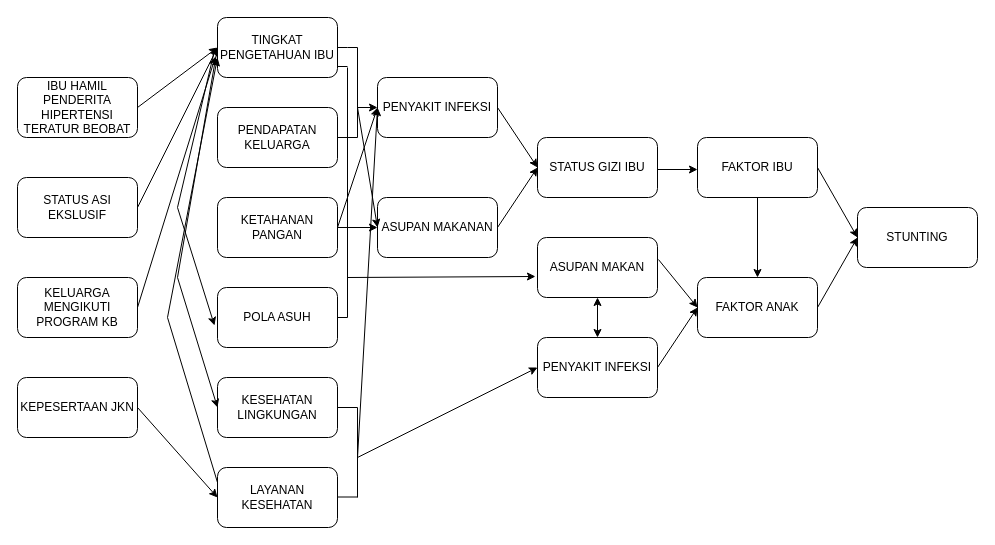
The draw.io diagram KERANGKA TEORI.drawio in Triara04/KERANGKA-TEORI, before the edit. Source tidied: cells renumbered, new cells numbered last; positions are measured from the earlier drawing's top-left corner, leaving out a move shared by most shapes. Both pictures are drawn from the tidied source at 100%, with x=0, y=0 at pixel (17, 17).
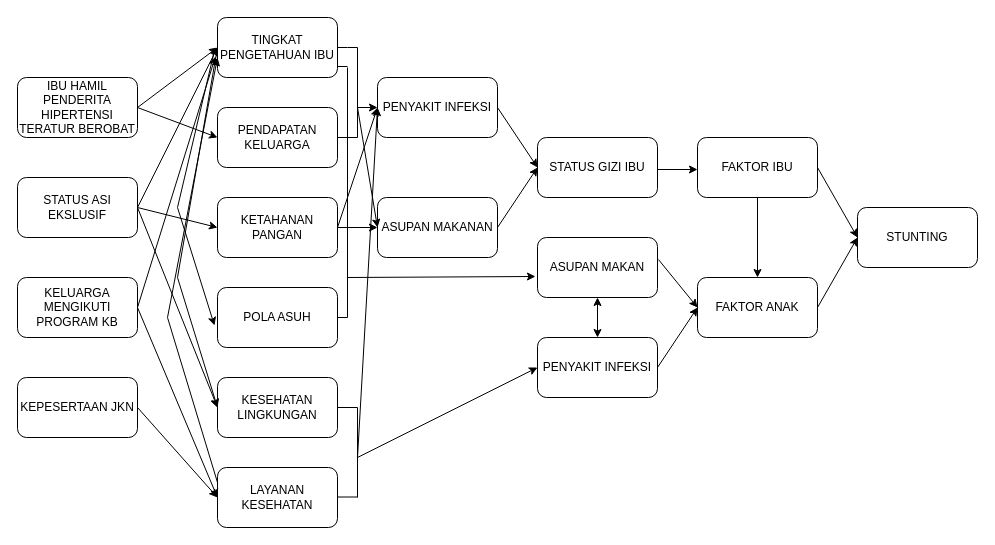
The same diagram, later.

Unchanged cells that the change refers to:
```xml
<mxCell id="8" value="PENDAPATAN KELUARGA" style="rounded=1;whiteSpace=wrap;html=1;" parent="1" vertex="1">
  <mxGeometry x="200" y="90" width="120" height="60" as="geometry" />
</mxCell>
<mxCell id="10" value="KETAHANAN PANGAN" style="rounded=1;whiteSpace=wrap;html=1;" parent="1" vertex="1">
  <mxGeometry x="200" y="180" width="120" height="60" as="geometry" />
</mxCell>
<mxCell id="12" value="LAYANAN KESEHATAN " style="rounded=1;whiteSpace=wrap;html=1;" parent="1" vertex="1">
  <mxGeometry x="200" y="450" width="120" height="60" as="geometry" />
</mxCell>
<mxCell id="15" value="KELUARGA MENGIKUTI PROGRAM KB" style="rounded=1;whiteSpace=wrap;html=1;" parent="1" vertex="1">
  <mxGeometry y="260" width="120" height="60" as="geometry" />
</mxCell>
<mxCell id="16" value="STATUS ASI EKSLUSIF" style="rounded=1;whiteSpace=wrap;html=1;" parent="1" vertex="1">
  <mxGeometry y="160" width="120" height="60" as="geometry" />
</mxCell>
```

Change to the diagram source:
```diff
@@
-    <mxCell id="17" value="&lt;font style=&quot;font-size: 12px;&quot;&gt;IBU HAMIL PENDERITA HIPERTENSI TERATUR BEOBAT&lt;/font&gt;" style="rounded=1;whiteSpace=wrap;html=1;" parent="1" vertex="1">
+    <mxCell id="17" value="&lt;font style=&quot;font-size: 12px;&quot;&gt;IBU HAMIL PENDERITA HIPERTENSI TERATUR BEROBAT&lt;/font&gt;" style="rounded=1;whiteSpace=wrap;html=1;" parent="1" vertex="1">
       <mxGeometry y="60" width="120" height="60" as="geometry" />
     </mxCell>
@@
+    <mxCell id="52" style="endArrow=classic;html=1;rounded=0;fontSize=12;elbow=vertical;exitX=1;exitY=0.5;exitDx=0;exitDy=0;entryX=0;entryY=0.5;entryDx=0;entryDy=0;" parent="1" edge="1" source="17" target="8">
+      <mxGeometry relative="1" as="geometry" />
+    </mxCell>
+    <mxCell id="53" style="endArrow=classic;html=1;rounded=0;fontSize=12;elbow=vertical;exitX=1;exitY=0.5;exitDx=0;exitDy=0;entryX=0;entryY=0.5;entryDx=0;entryDy=0;" parent="1" edge="1" source="15" target="12">
+      <mxGeometry relative="1" as="geometry" />
+    </mxCell>
+    <mxCell id="54" style="endArrow=classic;html=1;rounded=0;fontSize=12;elbow=vertical;entryX=0;entryY=0.5;entryDx=0;entryDy=0;" parent="1" edge="1" target="10">
+      <mxGeometry relative="1" as="geometry">
+        <mxPoint x="120" y="190" as="sourcePoint" />
+      </mxGeometry>
+    </mxCell>
+    <mxCell id="55" style="endArrow=classic;html=1;rounded=0;fontSize=12;elbow=vertical;exitX=1;exitY=0.5;exitDx=0;exitDy=0;" parent="1" edge="1" source="16">
+      <mxGeometry relative="1" as="geometry">
+        <mxPoint x="200" y="390" as="targetPoint" />
+      </mxGeometry>
+    </mxCell>
```
